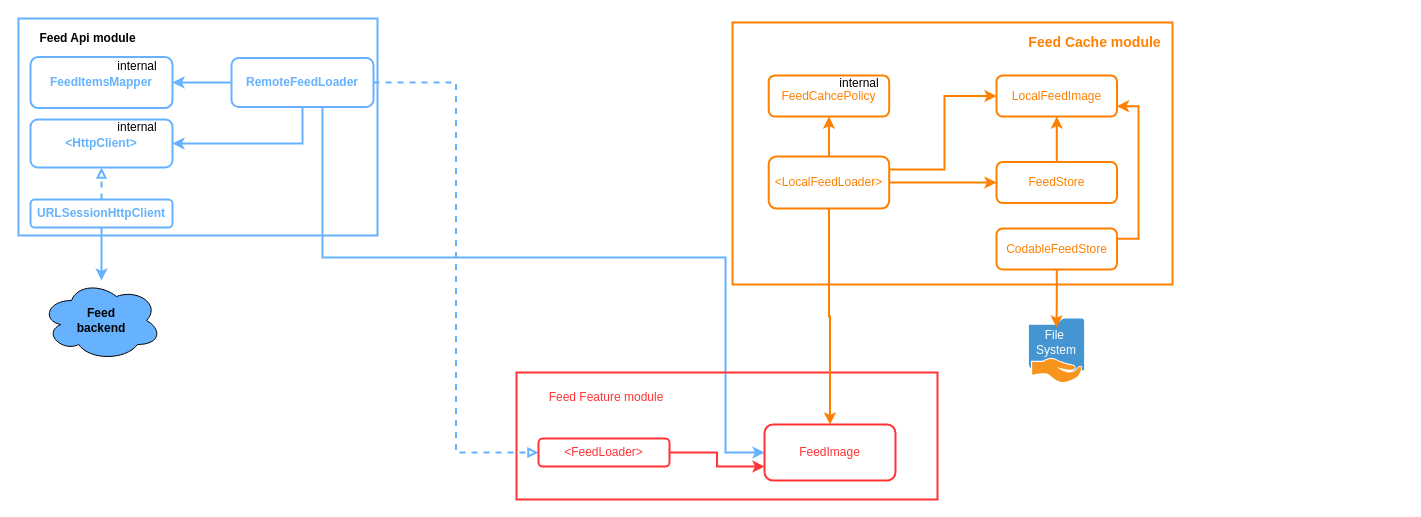
The draw.io diagram FeedAppDiagram.drawio in ispiryan/FeedApp, before the edit. Source tidied: cells renumbered, new cells numbered last; positions are measured from the earlier drawing's top-left corner, leaving out a move shared by most shapes. Both pictures are drawn from the tidied source at 100%, with x=0, y=0 at pixel (18, 18).
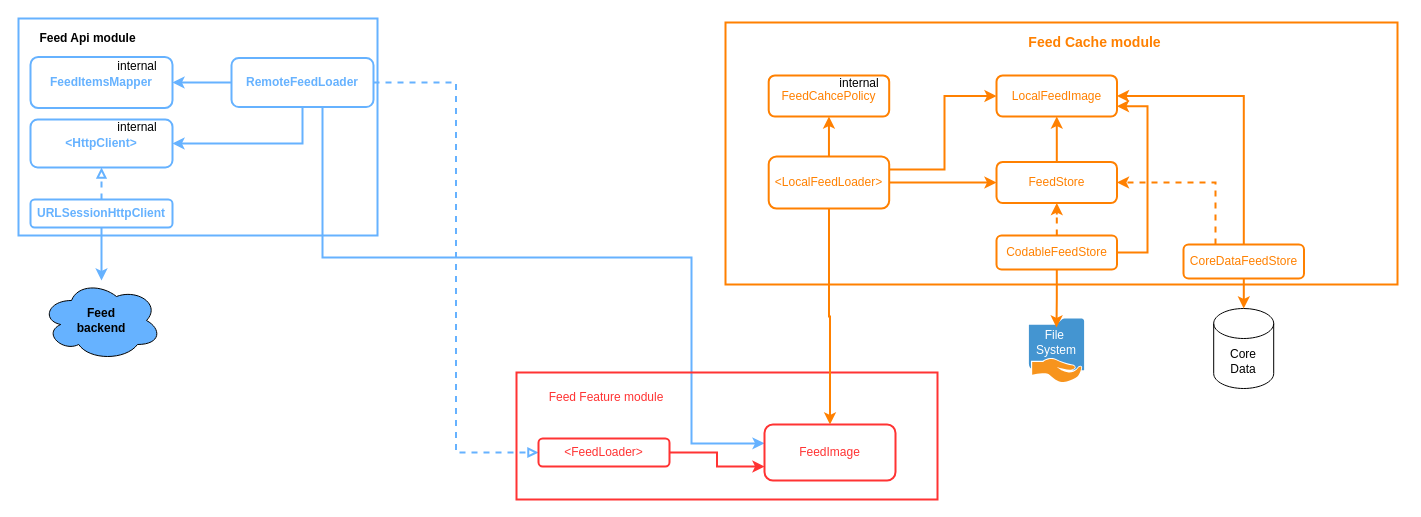
The same page after the edit.

The change refers to these unchanged cells:
```xml
<mxCell id="7" value="RemoteFeedLoader" style="rounded=1;whiteSpace=wrap;html=1;strokeColor=#66B2FF;strokeWidth=2;fillColor=none;fontColor=#66B2FF;fontStyle=1;" parent="1" vertex="1">
  <mxGeometry x="213" y="39.5" width="142" height="49" as="geometry" />
</mxCell>
<mxCell id="19" value="FeedImage" style="rounded=1;whiteSpace=wrap;html=1;fontColor=#FF3333;strokeColor=#FF3333;strokeWidth=2;" parent="15" vertex="1">
  <mxGeometry x="248" y="52" width="131" height="56" as="geometry" />
</mxCell>
<mxCell id="29" value="FeedStore" style="rounded=1;whiteSpace=wrap;html=1;strokeColor=#FF8000;strokeWidth=2;fontColor=#FF8000;fillColor=none;" parent="22" vertex="1">
  <mxGeometry x="278" y="93.5" width="120.5" height="41" as="geometry" />
</mxCell>
<mxCell id="30" value="LocalFeedImage" style="rounded=1;whiteSpace=wrap;html=1;strokeColor=#FF8000;strokeWidth=2;fontColor=#FF8000;fillColor=none;" parent="22" vertex="1">
  <mxGeometry x="278" y="7" width="120.5" height="41" as="geometry" />
</mxCell>
```

What changed in the source:
```diff
@@
-    <mxCell id="5" style="edgeStyle=orthogonalEdgeStyle;rounded=0;jettySize=auto;html=1;entryX=0;entryY=0.5;entryDx=0;entryDy=0;strokeColor=#66B2FF;strokeWidth=2;fontSize=14;fontColor=#FF8000;" parent="1" edge="1" source="7" target="19">
+    <mxCell id="5" style="edgeStyle=orthogonalEdgeStyle;rounded=0;jettySize=auto;html=1;entryX=0;entryY=0.337;entryDx=0;entryDy=0;strokeColor=#66B2FF;strokeWidth=2;fontSize=14;fontColor=#FF8000;entryPerimeter=0;" parent="1" edge="1" source="7" target="19">
       <mxGeometry relative="1" as="geometry">
         <Array as="points">
           <mxPoint x="304" y="239" />
-          <mxPoint x="707" y="239" />
-          <mxPoint x="707" y="434" />
+          <mxPoint x="673" y="239" />
+          <mxPoint x="673" y="424" />
+          <mxPoint x="746" y="424" />
         </Array>
       </mxGeometry>
     </mxCell>
@@
     <mxCell id="21" style="group;" parent="1" vertex="1">
-      <mxGeometry x="690" y="45" width="464" height="221" as="geometry" />
+      <mxGeometry x="690" y="45" width="696" height="221" as="geometry" />
     </mxCell>
     <mxCell id="22" style="group;" parent="21" vertex="1">
-      <mxGeometry x="10" y="5" width="454" height="216" as="geometry" />
+      <mxGeometry x="10" y="5" width="686" height="216" as="geometry" />
     </mxCell>
     <mxCell id="23" style="rounded=0;whiteSpace=wrap;html=1;strokeColor=#FF8000;strokeWidth=2;fontColor=#FF3333;fillColor=none;" parent="22" vertex="1">
-      <mxGeometry x="14" y="-46" width="440" height="262" as="geometry" />
+      <mxGeometry x="7" y="-46" width="672" height="262" as="geometry" />
     </mxCell>
@@
-    <mxCell id="33" style="edgeStyle=orthogonalEdgeStyle;rounded=0;jettySize=auto;html=1;entryX=1;entryY=0.75;entryDx=0;entryDy=0;strokeWidth=2;strokeColor=#FF8000;exitX=1;exitY=0.25;exitDx=0;exitDy=0;" parent="22" edge="1" source="34" target="30">
+    <mxCell id="33" style="edgeStyle=orthogonalEdgeStyle;rounded=0;jettySize=auto;html=1;entryX=1;entryY=0.75;entryDx=0;entryDy=0;strokeWidth=2;strokeColor=#FF8000;exitX=1;exitY=0.5;exitDx=0;exitDy=0;" parent="22" edge="1" source="34" target="30">
       <mxGeometry relative="1" as="geometry">
         <Array as="points">
-          <mxPoint x="420" y="170" />
-          <mxPoint x="420" y="38" />
+          <mxPoint x="429" y="184" />
+          <mxPoint x="429" y="38" />
         </Array>
       </mxGeometry>
     </mxCell>
+    <mxCell id="43" style="edgeStyle=orthogonalEdgeStyle;rounded=0;jettySize=auto;html=1;strokeColor=#FF8000;strokeWidth=2;dashed=1;" parent="22" edge="1" source="34" target="29">
+      <mxGeometry relative="1" as="geometry" />
+    </mxCell>
     <mxCell id="34" value="CodableFeedStore" style="rounded=1;whiteSpace=wrap;html=1;strokeColor=#FF8000;strokeWidth=2;fontColor=#FF8000;fillColor=none;" parent="22" vertex="1">
-      <mxGeometry x="278" y="160" width="120.5" height="41" as="geometry" />
+      <mxGeometry x="278" y="167" width="120.5" height="34" as="geometry" />
     </mxCell>
+    <mxCell id="44" style="edgeStyle=orthogonalEdgeStyle;rounded=0;jettySize=auto;html=1;entryX=1;entryY=0.5;entryDx=0;entryDy=0;strokeColor=#FF8000;strokeWidth=2;" parent="22" edge="1" source="46" target="30">
+      <mxGeometry relative="1" as="geometry">
+        <Array as="points">
+          <mxPoint x="525" y="27" />
+        </Array>
+      </mxGeometry>
+    </mxCell>
+    <mxCell id="45" style="edgeStyle=orthogonalEdgeStyle;rounded=0;jettySize=auto;html=1;entryX=1;entryY=0.5;entryDx=0;entryDy=0;strokeColor=#FF8000;strokeWidth=2;dashed=1;" parent="22" edge="1" source="46" target="29">
+      <mxGeometry relative="1" as="geometry">
+        <Array as="points">
+          <mxPoint x="497" y="114" />
+        </Array>
+      </mxGeometry>
+    </mxCell>
+    <mxCell id="46" value="CoreDataFeedStore" style="rounded=1;whiteSpace=wrap;html=1;strokeColor=#FF8000;strokeWidth=2;fontColor=#FF8000;fillColor=none;" parent="22" vertex="1">
+      <mxGeometry x="465" y="176" width="120.5" height="34" as="geometry" />
+    </mxCell>
@@
+    <mxCell id="47" value="Core&lt;br&gt;Data" style="shape=cylinder3;whiteSpace=wrap;html=1;boundedLbl=1;backgroundOutline=1;size=15;" parent="1" vertex="1">
+      <mxGeometry x="1195.2" y="290" width="60" height="80" as="geometry" />
+    </mxCell>
+    <mxCell id="48" style="edgeStyle=orthogonalEdgeStyle;rounded=0;jettySize=auto;html=1;strokeColor=#FF8000;strokeWidth=2;" parent="1" edge="1" source="46" target="47">
+      <mxGeometry relative="1" as="geometry" />
+    </mxCell>
```
